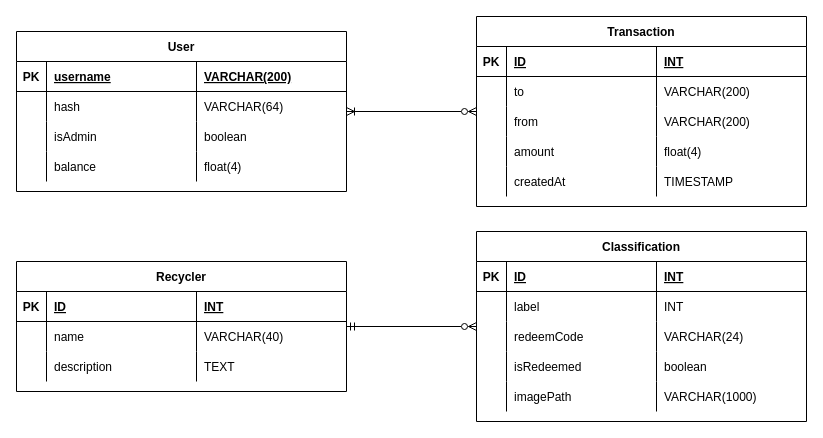
Before: page "ER Diagram" (2 of 2) of docs/Recycler-software.drawio in jrwaine/EEX23, a draw.io diagram. Source tidied: cells renumbered, new cells numbered last; positions are measured from the earlier drawing's top-left corner, leaving out a move shared by most shapes. Both pictures are drawn from the tidied source at 100%, with x=0, y=0 at pixel (16, 16).
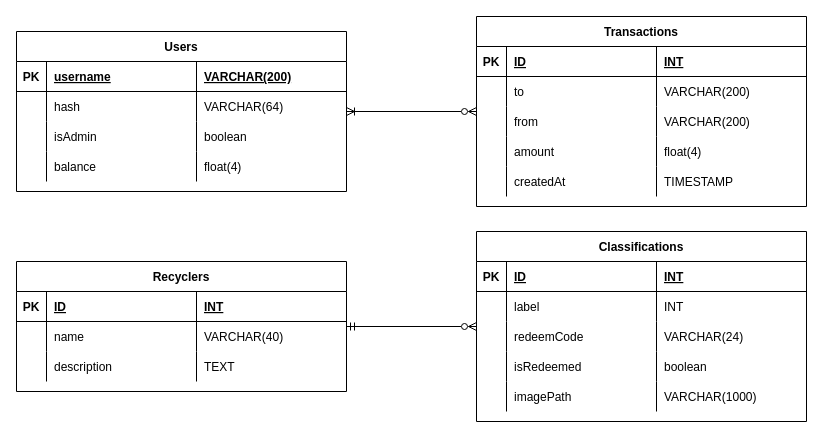
The same page after the edit.

Commit message:
Change database table names to plural

Change to the diagram source:
```diff
@@
-    <mxCell id="2" value="User" style="shape=table;startSize=30;childLayout=tableLayout;rowLines=0;fontStyle=1;align=center;" parent="1" vertex="1">
+    <mxCell id="2" value="Users" style="shape=table;startSize=30;childLayout=tableLayout;rowLines=0;fontStyle=1;align=center;" parent="1" vertex="1">
       <mxGeometry y="15" width="330" height="160" as="geometry" />
     </mxCell>
@@
-    <mxCell id="19" value="Classification" style="shape=table;startSize=30;childLayout=tableLayout;rowLines=0;fontStyle=1;align=center;" parent="1" vertex="1">
+    <mxCell id="19" value="Classifications" style="shape=table;startSize=30;childLayout=tableLayout;rowLines=0;fontStyle=1;align=center;" parent="1" vertex="1">
       <mxGeometry x="460" y="215" width="330" height="190" as="geometry" />
     </mxCell>
@@
-    <mxCell id="41" value="Transaction" style="shape=table;startSize=30;childLayout=tableLayout;rowLines=0;fontStyle=1;align=center;" parent="1" vertex="1">
+    <mxCell id="41" value="Transactions" style="shape=table;startSize=30;childLayout=tableLayout;rowLines=0;fontStyle=1;align=center;" parent="1" vertex="1">
       <mxGeometry x="460" width="330" height="190" as="geometry" />
     </mxCell>
@@
-    <mxCell id="63" value="Recycler" style="shape=table;startSize=30;childLayout=tableLayout;rowLines=0;fontStyle=1;align=center;" parent="1" vertex="1">
+    <mxCell id="63" value="Recyclers" style="shape=table;startSize=30;childLayout=tableLayout;rowLines=0;fontStyle=1;align=center;" parent="1" vertex="1">
       <mxGeometry y="245" width="330" height="130" as="geometry" />
     </mxCell>
```
